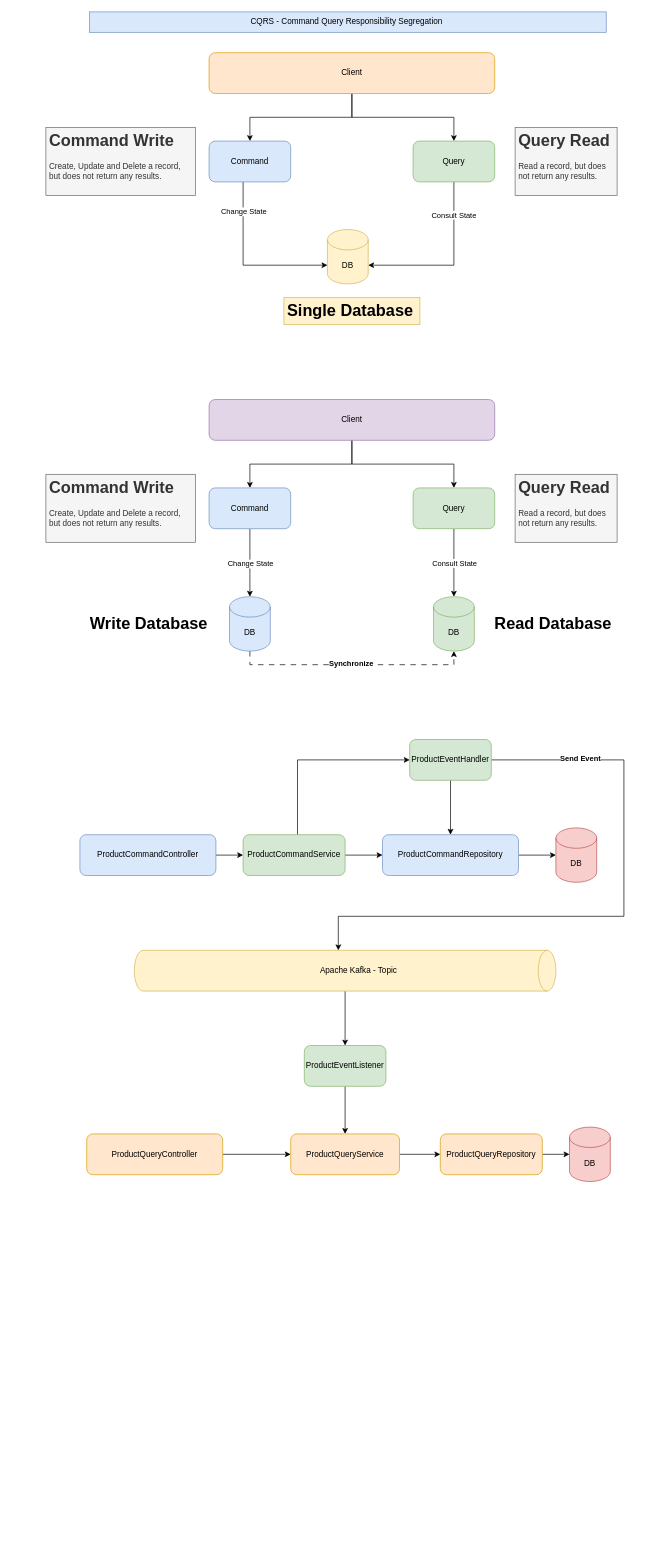
Earlier version of the draw.io diagram Diagrama sem nome.drawio (CarlosBarbosaFilho/acme-store). Source tidied: cells renumbered, new cells numbered last; positions are measured from the earlier drawing's top-left corner, leaving out a move shared by most shapes. Both pictures are drawn from the tidied source at 68%, with x=0, y=0 at pixel (46, 12).
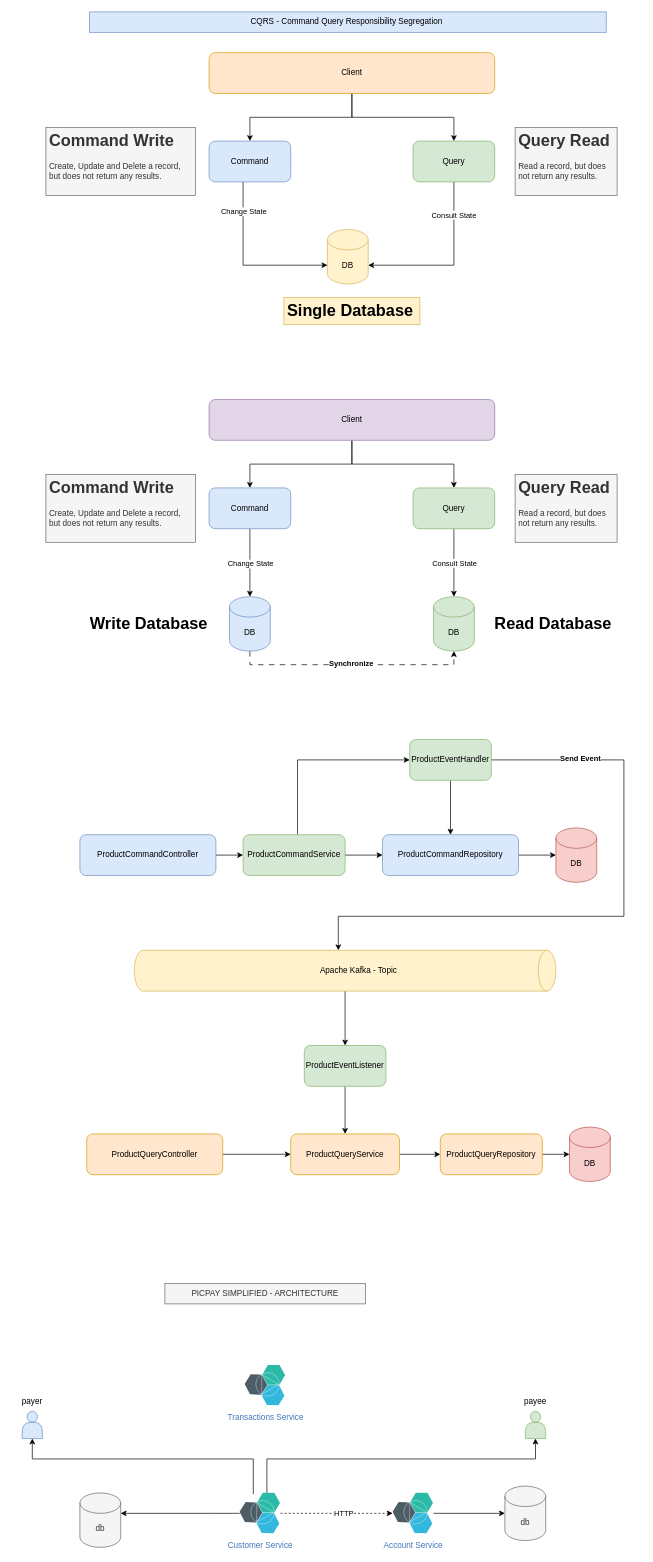
Above is the later version.

Change to the diagram source:
```diff
@@
+    <mxCell id="57" style="edgeStyle=orthogonalEdgeStyle;rounded=0;jettySize=auto;html=1;entryX=0.5;entryY=1;entryDx=0;entryDy=0;" parent="1" edge="1" source="62" target="63">
+      <mxGeometry relative="1" as="geometry">
+        <Array as="points">
+          <mxPoint x="305" y="2128" />
+          <mxPoint x="-20" y="2128" />
+        </Array>
+      </mxGeometry>
+    </mxCell>
+    <mxCell id="58" style="edgeStyle=orthogonalEdgeStyle;rounded=0;jettySize=auto;html=1;entryX=0.5;entryY=1;entryDx=0;entryDy=0;" parent="1" edge="1" source="62" target="66">
+      <mxGeometry relative="1" as="geometry">
+        <Array as="points">
+          <mxPoint x="325" y="2128" />
+          <mxPoint x="720" y="2128" />
+        </Array>
+      </mxGeometry>
+    </mxCell>
+    <mxCell id="59" style="edgeStyle=orthogonalEdgeStyle;rounded=0;jettySize=auto;html=1;" parent="1" edge="1" source="62" target="68">
+      <mxGeometry relative="1" as="geometry">
+        <Array as="points">
+          <mxPoint x="245" y="2208" />
+          <mxPoint x="245" y="2208" />
+        </Array>
+      </mxGeometry>
+    </mxCell>
+    <mxCell id="60" style="edgeStyle=orthogonalEdgeStyle;rounded=0;jettySize=auto;html=1;flowAnimation=1;orthogonal=0;enumerate=0;dashed=1;" parent="1" edge="1" source="62" target="71">
+      <mxGeometry relative="1" as="geometry" />
+    </mxCell>
+    <mxCell id="61" value="HTTP" style="edgeLabel;html=1;align=center;verticalAlign=middle;" parent="60" vertex="1">
+      <mxGeometry x="0.11" y="1" relative="1" as="geometry" />
+    </mxCell>
+    <mxCell id="62" value="Customer Service" style="image;perimeter=ellipsePerimeter;html=1;align=center;shadow=0;dashed=0;fontColor=#4277BB;labelBackgroundColor=default;fontSize=12;spacingTop=3;image=img/lib/ibm/miscellaneous/microservices_application.svg;" parent="1" vertex="1">
+      <mxGeometry x="285" y="2178" width="60" height="60" as="geometry" />
+    </mxCell>
+    <mxCell id="63" style="shape=actor;whiteSpace=wrap;html=1;fillColor=#dae8fc;strokeColor=#6c8ebf;" parent="1" vertex="1">
+      <mxGeometry x="-35" y="2058" width="30" height="40" as="geometry" />
+    </mxCell>
+    <mxCell id="64" value="PICPAY SIMPLIFIED - ARCHITECTURE" style="text;html=1;strokeColor=#666666;fillColor=#f5f5f5;align=center;verticalAlign=middle;whiteSpace=wrap;rounded=0;fontColor=#333333;" parent="1" vertex="1">
+      <mxGeometry x="175" y="1870" width="295" height="30" as="geometry" />
+    </mxCell>
+    <mxCell id="65" value="payer" style="text;html=1;strokeColor=none;fillColor=none;align=center;verticalAlign=middle;whiteSpace=wrap;rounded=0;" parent="1" vertex="1">
+      <mxGeometry x="-50" y="2028" width="60" height="30" as="geometry" />
+    </mxCell>
+    <mxCell id="66" style="shape=actor;whiteSpace=wrap;html=1;fillColor=#d5e8d4;strokeColor=#82b366;" parent="1" vertex="1">
+      <mxGeometry x="705" y="2058" width="30" height="40" as="geometry" />
+    </mxCell>
+    <mxCell id="67" value="payee" style="text;html=1;strokeColor=none;fillColor=none;align=center;verticalAlign=middle;whiteSpace=wrap;rounded=0;" parent="1" vertex="1">
+      <mxGeometry x="690" y="2028" width="60" height="30" as="geometry" />
+    </mxCell>
+    <mxCell id="68" value="db" style="shape=cylinder3;whiteSpace=wrap;html=1;boundedLbl=1;backgroundOutline=1;size=15;fillColor=#f5f5f5;fontColor=#333333;strokeColor=#666666;" parent="1" vertex="1">
+      <mxGeometry x="50" y="2178" width="60" height="80" as="geometry" />
+    </mxCell>
+    <mxCell id="69" style="edgeStyle=orthogonalEdgeStyle;rounded=0;orthogonalLoop=1;jettySize=auto;html=1;exitX=0.5;exitY=1;exitDx=0;exitDy=0;" parent="1" edge="1" source="64" target="64">
+      <mxGeometry relative="1" as="geometry" />
+    </mxCell>
+    <mxCell id="70" style="edgeStyle=orthogonalEdgeStyle;rounded=0;jettySize=auto;html=1;entryX=0;entryY=0.5;entryDx=0;entryDy=0;entryPerimeter=0;" parent="1" edge="1" source="71" target="72">
+      <mxGeometry relative="1" as="geometry" />
+    </mxCell>
+    <mxCell id="71" value="Account Service" style="image;perimeter=ellipsePerimeter;html=1;align=center;shadow=0;dashed=0;fontColor=#4277BB;labelBackgroundColor=default;fontSize=12;spacingTop=3;image=img/lib/ibm/miscellaneous/microservices_application.svg;" parent="1" vertex="1">
+      <mxGeometry x="510" y="2178" width="60" height="60" as="geometry" />
+    </mxCell>
+    <mxCell id="72" value="db" style="shape=cylinder3;whiteSpace=wrap;html=1;boundedLbl=1;backgroundOutline=1;size=15;fillColor=#f5f5f5;fontColor=#333333;strokeColor=#666666;" parent="1" vertex="1">
+      <mxGeometry x="675" y="2168" width="60" height="80" as="geometry" />
+    </mxCell>
+    <mxCell id="73" value="Transactions Service" style="image;perimeter=ellipsePerimeter;html=1;align=center;shadow=0;dashed=0;fontColor=#4277BB;labelBackgroundColor=default;fontSize=12;spacingTop=3;image=img/lib/ibm/miscellaneous/microservices_application.svg;" parent="1" vertex="1">
+      <mxGeometry x="292.5" y="1990" width="60" height="60" as="geometry" />
+    </mxCell>
```
